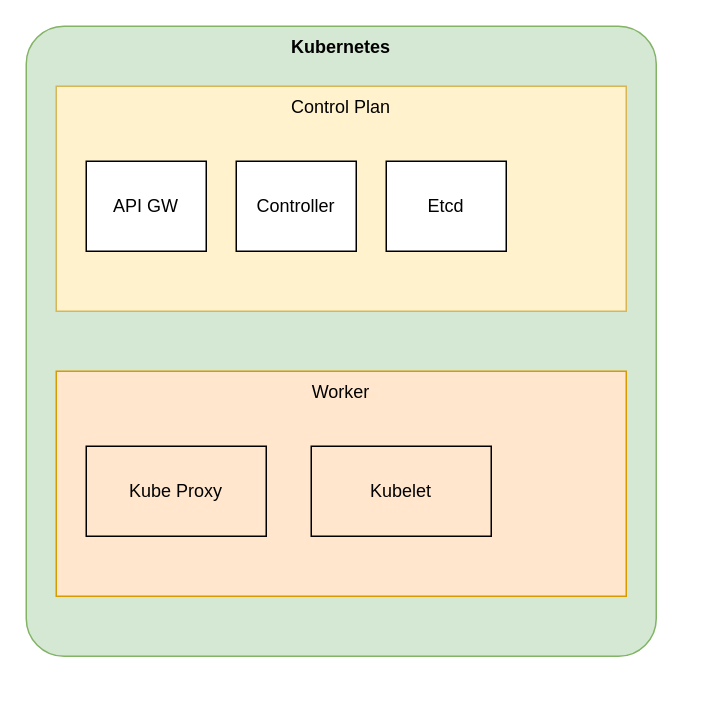
Before: K8s.drawio in gengjie/aws_architecture, a draw.io diagram. Source tidied: cells renumbered, new cells numbered last; positions are measured from the earlier drawing's top-left corner, leaving out a move shared by most shapes. Both pictures are drawn from the tidied source at 150%, with x=0, y=0 at pixel (26, 26).
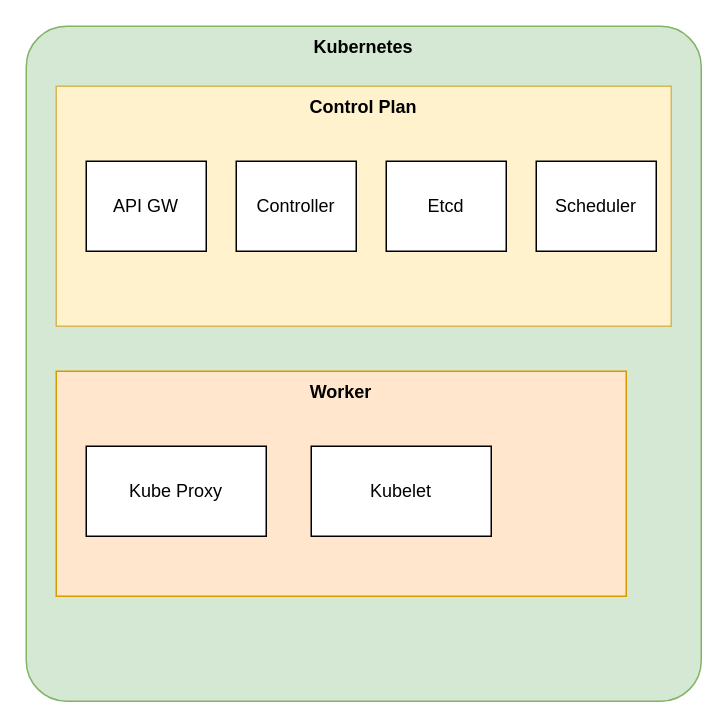
The same page after the edit.

Change to the diagram source:
```diff
@@
 <mxGraphModel>
   <root>
     <mxCell id="0" />
     <mxCell id="1" parent="0" />
     <mxCell id="2" value="&lt;b&gt;Kubernetes&lt;/b&gt;" style="whiteSpace=wrap;html=1;fillColor=#d5e8d4;verticalAlign=top;rounded=1;arcSize=6;strokeColor=#82b366;" parent="1" vertex="1">
-      <mxGeometry width="420" height="420" as="geometry" />
+      <mxGeometry width="450" height="450" as="geometry" />
     </mxCell>
-    <mxCell id="3" value="Control Plan" style="rounded=0;whiteSpace=wrap;html=1;fillColor=#fff2cc;verticalAlign=top;strokeColor=#d6b656;" parent="1" vertex="1">
-      <mxGeometry x="20" y="40" width="380" height="150" as="geometry" />
+    <mxCell id="3" value="Control Plan" style="rounded=0;whiteSpace=wrap;html=1;fillColor=#fff2cc;verticalAlign=top;strokeColor=#d6b656;fontStyle=1;" parent="1" vertex="1">
+      <mxGeometry x="20" y="40" width="410" height="160" as="geometry" />
     </mxCell>
-    <mxCell id="4" value="Worker" style="rounded=0;whiteSpace=wrap;html=1;fillColor=#ffe6cc;verticalAlign=top;strokeColor=#d79b00;" parent="1" vertex="1">
+    <mxCell id="4" value="Worker" style="rounded=0;whiteSpace=wrap;html=1;fillColor=#ffe6cc;verticalAlign=top;strokeColor=#d79b00;fontStyle=1;" parent="1" vertex="1">
       <mxGeometry x="20" y="230" width="380" height="150" as="geometry" />
     </mxCell>
-    <mxCell id="5" value="Kube Proxy" style="rounded=0;whiteSpace=wrap;html=1;fillColor=none;" parent="1" vertex="1">
+    <mxCell id="5" value="Kube Proxy" style="rounded=0;whiteSpace=wrap;html=1;" parent="1" vertex="1">
       <mxGeometry x="40" y="280" width="120" height="60" as="geometry" />
     </mxCell>
-    <mxCell id="6" value="Kubelet" style="rounded=0;whiteSpace=wrap;html=1;fillColor=none;" parent="1" vertex="1">
+    <mxCell id="6" value="Kubelet" style="rounded=0;whiteSpace=wrap;html=1;" parent="1" vertex="1">
       <mxGeometry x="190" y="280" width="120" height="60" as="geometry" />
     </mxCell>
     <mxCell id="7" value="API GW" style="rounded=0;whiteSpace=wrap;html=1;" parent="1" vertex="1">
       <mxGeometry x="40" y="90" width="80" height="60" as="geometry" />
     </mxCell>
     <mxCell id="8" value="Controller" style="rounded=0;whiteSpace=wrap;html=1;" parent="1" vertex="1">
       <mxGeometry x="140" y="90" width="80" height="60" as="geometry" />
     </mxCell>
     <mxCell id="9" value="Etcd" style="rounded=0;whiteSpace=wrap;html=1;" parent="1" vertex="1">
       <mxGeometry x="240" y="90" width="80" height="60" as="geometry" />
     </mxCell>
+    <mxCell id="10" value="Scheduler" style="rounded=0;whiteSpace=wrap;html=1;" parent="1" vertex="1">
+      <mxGeometry x="340" y="90" width="80" height="60" as="geometry" />
+    </mxCell>
   </root>
 </mxGraphModel>
```
